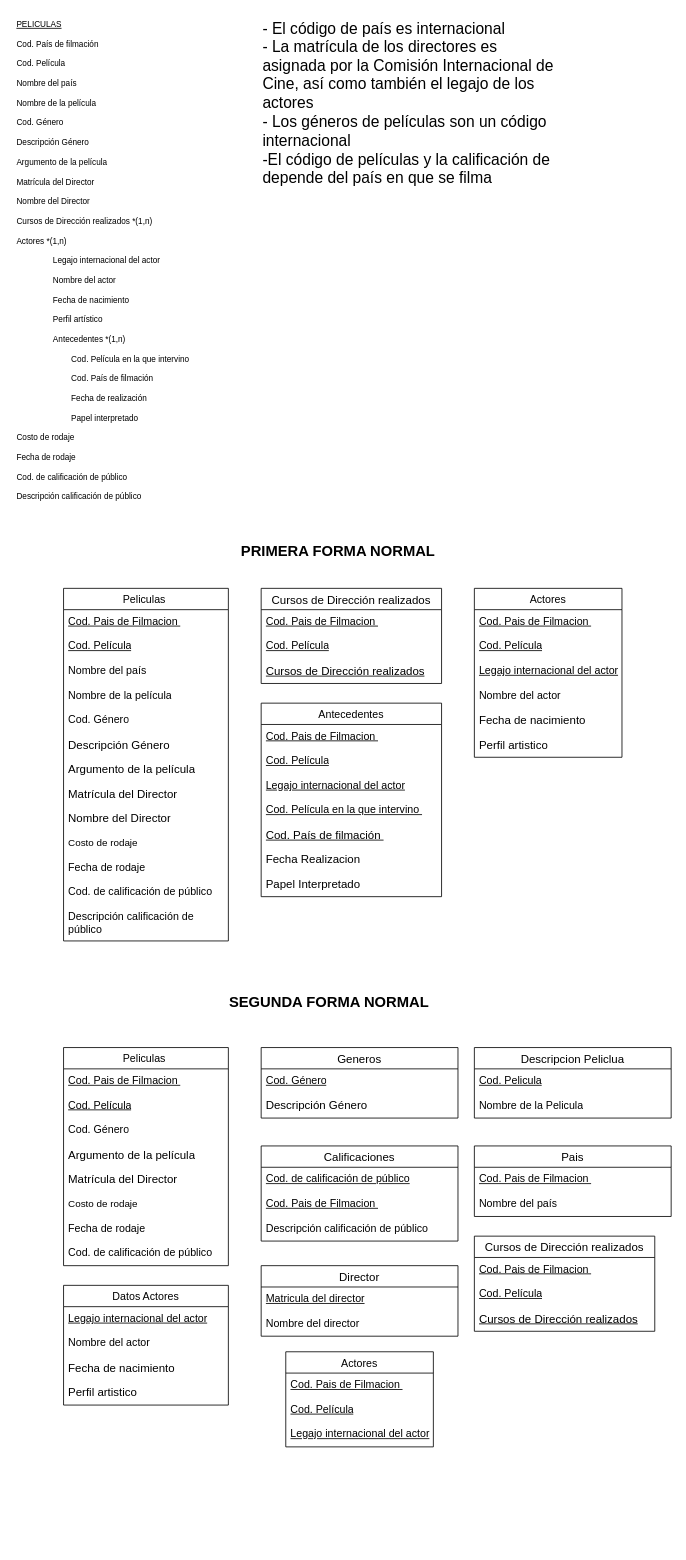
The draw.io diagram DiagrapaPeliculas.drawio in Jose-AA/TP-PELICULAS-BASE-DE-DATOS, before the edit. Source tidied: cells renumbered, new cells numbered last; positions are measured from the earlier drawing's top-left corner, leaving out a move shared by most shapes. Both pictures are drawn from the tidied source at 82%, with x=0, y=0 at pixel (15, 14).
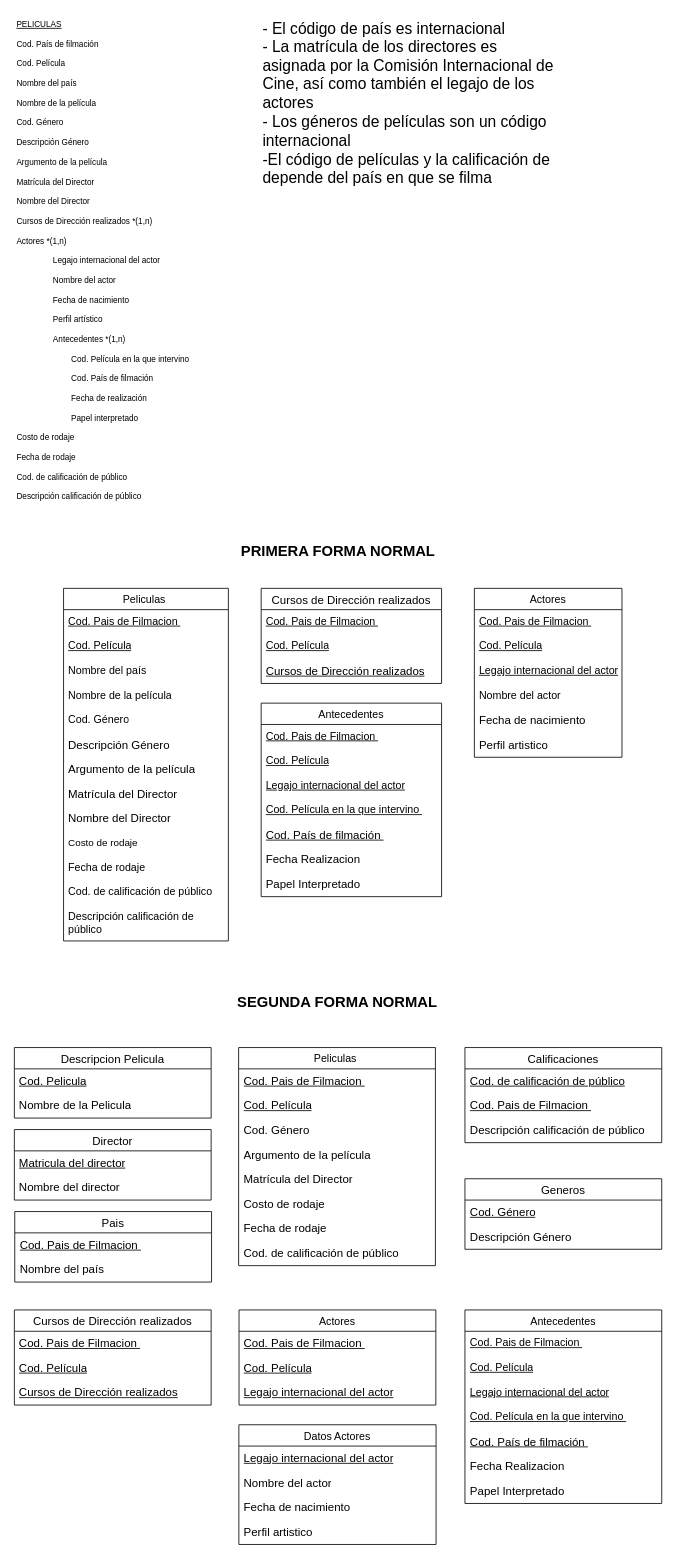
The same diagram, later.

The edit, as a diff of the source:
```diff
@@
     <mxCell id="38" value="&lt;b&gt;&lt;font style=&quot;font-size: 18px;&quot;&gt;SEGUNDA FORMA NORMAL&lt;/font&gt;&lt;/b&gt;" style="text;html=1;align=center;verticalAlign=middle;whiteSpace=wrap;rounded=0;" parent="1" vertex="1">
-      <mxGeometry x="243" y="1190" width="280" height="30" as="geometry" />
+      <mxGeometry x="252.5" y="1190" width="280" height="30" as="geometry" />
     </mxCell>
     <mxCell id="39" value="Peliculas " style="swimlane;fontStyle=0;horizontal=1;startSize=26;align=center;fontSize=13;" parent="1" vertex="1">
-      <mxGeometry x="59" y="1260" width="201" height="266" as="geometry" />
+      <mxGeometry x="272.5" y="1260" width="240" height="266" as="geometry" />
     </mxCell>
-    <mxCell id="40" value="&lt;div style=&quot;font-size: 13px;&quot;&gt;&lt;u&gt;Cod. Pais de Filmacion&amp;nbsp;&lt;/u&gt;&lt;/div&gt;" style="text;strokeColor=none;fillColor=none;spacingLeft=4;spacingRight=4;overflow=hidden;fontSize=13;whiteSpace=wrap;html=1;" parent="39" vertex="1">
-      <mxGeometry y="26" width="201" height="30" as="geometry" />
+    <mxCell id="40" value="&lt;div style=&quot;&quot;&gt;&lt;u style=&quot;&quot;&gt;&lt;font style=&quot;font-size: 14px;&quot;&gt;Cod. Pais de Filmacion&amp;nbsp;&lt;/font&gt;&lt;/u&gt;&lt;/div&gt;" style="text;strokeColor=none;fillColor=none;spacingLeft=4;spacingRight=4;overflow=hidden;fontSize=13;whiteSpace=wrap;html=1;" parent="39" vertex="1">
+      <mxGeometry y="26" width="240" height="30" as="geometry" />
     </mxCell>
-    <mxCell id="41" value="&lt;span style=&quot;font-size: 13px;&quot;&gt;&lt;u&gt;Cod. Película&lt;/u&gt;&lt;/span&gt;" style="text;strokeColor=none;fillColor=none;spacingLeft=4;spacingRight=4;overflow=hidden;fontSize=13;whiteSpace=wrap;html=1;" parent="39" vertex="1">
-      <mxGeometry y="56" width="201" height="30" as="geometry" />
+    <mxCell id="41" value="&lt;u style=&quot;&quot;&gt;&lt;font style=&quot;font-size: 14px;&quot;&gt;Cod. Película&lt;/font&gt;&lt;/u&gt;" style="text;strokeColor=none;fillColor=none;spacingLeft=4;spacingRight=4;overflow=hidden;fontSize=13;whiteSpace=wrap;html=1;" parent="39" vertex="1">
+      <mxGeometry y="56" width="240" height="30" as="geometry" />
     </mxCell>
-    <mxCell id="42" value="&lt;span style=&quot;font-size: 13px;&quot;&gt;Cod. Género&lt;/span&gt;" style="text;strokeColor=none;fillColor=none;spacingLeft=4;spacingRight=4;overflow=hidden;fontSize=13;whiteSpace=wrap;html=1;" parent="39" vertex="1">
-      <mxGeometry y="86" width="201" height="30" as="geometry" />
+    <mxCell id="42" value="&lt;font style=&quot;font-size: 14px;&quot;&gt;Cod. Género&lt;/font&gt;" style="text;strokeColor=none;fillColor=none;spacingLeft=4;spacingRight=4;overflow=hidden;fontSize=13;whiteSpace=wrap;html=1;" parent="39" vertex="1">
+      <mxGeometry y="86" width="240" height="30" as="geometry" />
     </mxCell>
     <mxCell id="43" value="&lt;span style=&quot;font-size: 14px;&quot;&gt;Argumento de la película&lt;/span&gt;" style="text;strokeColor=none;fillColor=none;spacingLeft=4;spacingRight=4;overflow=hidden;fontSize=14;whiteSpace=wrap;html=1;" parent="39" vertex="1">
-      <mxGeometry y="116" width="201" height="30" as="geometry" />
+      <mxGeometry y="116" width="240" height="30" as="geometry" />
     </mxCell>
     <mxCell id="44" value="&lt;font style=&quot;font-size: 14px;&quot;&gt;Matrícula del Director&lt;/font&gt;" style="text;strokeColor=none;fillColor=none;spacingLeft=4;spacingRight=4;overflow=hidden;fontSize=13;whiteSpace=wrap;html=1;" parent="39" vertex="1">
-      <mxGeometry y="146" width="201" height="30" as="geometry" />
+      <mxGeometry y="146" width="240" height="30" as="geometry" />
     </mxCell>
-    <mxCell id="45" value="Costo de rodaje" style="text;strokeColor=none;fillColor=none;align=left;verticalAlign=middle;spacingLeft=4;spacingRight=4;overflow=hidden;whiteSpace=wrap;html=1;" parent="39" vertex="1">
-      <mxGeometry y="176" width="201" height="30" as="geometry" />
+    <mxCell id="45" value="&lt;font style=&quot;font-size: 14px;&quot;&gt;Costo de rodaje&lt;/font&gt;" style="text;strokeColor=none;fillColor=none;align=left;verticalAlign=middle;spacingLeft=4;spacingRight=4;overflow=hidden;whiteSpace=wrap;html=1;" parent="39" vertex="1">
+      <mxGeometry y="176" width="240" height="30" as="geometry" />
     </mxCell>
-    <mxCell id="46" value="Fecha de rodaje" style="text;strokeColor=none;fillColor=none;spacingLeft=4;spacingRight=4;overflow=hidden;fontSize=13;whiteSpace=wrap;html=1;" parent="39" vertex="1">
-      <mxGeometry y="206" width="201" height="30" as="geometry" />
+    <mxCell id="46" value="&lt;font style=&quot;font-size: 14px;&quot;&gt;Fecha de rodaje&lt;/font&gt;" style="text;strokeColor=none;fillColor=none;spacingLeft=4;spacingRight=4;overflow=hidden;fontSize=13;whiteSpace=wrap;html=1;" parent="39" vertex="1">
+      <mxGeometry y="206" width="240" height="30" as="geometry" />
     </mxCell>
-    <mxCell id="47" value="Cod. de calificación de público" style="text;strokeColor=none;fillColor=none;spacingLeft=4;spacingRight=4;overflow=hidden;fontSize=13;whiteSpace=wrap;html=1;" parent="39" vertex="1">
-      <mxGeometry y="236" width="201" height="30" as="geometry" />
+    <mxCell id="47" value="&lt;font style=&quot;font-size: 14px;&quot;&gt;Cod. de calificación de público&lt;/font&gt;" style="text;strokeColor=none;fillColor=none;spacingLeft=4;spacingRight=4;overflow=hidden;fontSize=13;whiteSpace=wrap;html=1;" parent="39" vertex="1">
+      <mxGeometry y="236" width="240" height="30" as="geometry" />
     </mxCell>
     <mxCell id="48" value="Generos" style="swimlane;fontStyle=0;horizontal=1;startSize=26;align=center;fontSize=14;" parent="1" vertex="1">
-      <mxGeometry x="300" y="1260" width="240" height="86" as="geometry" />
+      <mxGeometry x="548.5" y="1420" width="240" height="86" as="geometry" />
     </mxCell>
-    <mxCell id="49" value="&lt;span style=&quot;font-size: 13px;&quot;&gt;&lt;u&gt;Cod. Género&lt;/u&gt;&lt;/span&gt;" style="text;strokeColor=none;fillColor=none;spacingLeft=4;spacingRight=4;overflow=hidden;fontSize=12;whiteSpace=wrap;html=1;" parent="48" vertex="1">
+    <mxCell id="49" value="&lt;u style=&quot;&quot;&gt;&lt;font style=&quot;font-size: 14px;&quot;&gt;Cod. Género&lt;/font&gt;&lt;/u&gt;" style="text;strokeColor=none;fillColor=none;spacingLeft=4;spacingRight=4;overflow=hidden;fontSize=12;whiteSpace=wrap;html=1;" parent="48" vertex="1">
       <mxGeometry y="26" width="240" height="30" as="geometry" />
     </mxCell>
@@
     <mxCell id="51" value="Calificaciones" style="swimlane;fontStyle=0;horizontal=1;startSize=26;align=center;fontSize=14;" parent="1" vertex="1">
-      <mxGeometry x="300" y="1380" width="240" height="116" as="geometry" />
+      <mxGeometry x="548.5" y="1260" width="240" height="116" as="geometry" />
     </mxCell>
-    <mxCell id="52" value="&lt;span style=&quot;font-size: 13px;&quot;&gt;&lt;u&gt;Cod. de calificación de público&lt;/u&gt;&lt;/span&gt;" style="text;strokeColor=none;fillColor=none;spacingLeft=4;spacingRight=4;overflow=hidden;fontSize=12;whiteSpace=wrap;html=1;" parent="51" vertex="1">
+    <mxCell id="52" value="&lt;u style=&quot;&quot;&gt;&lt;font style=&quot;font-size: 14px;&quot;&gt;Cod. de calificación de público&lt;/font&gt;&lt;/u&gt;" style="text;strokeColor=none;fillColor=none;spacingLeft=4;spacingRight=4;overflow=hidden;fontSize=12;whiteSpace=wrap;html=1;" parent="51" vertex="1">
       <mxGeometry y="26" width="240" height="30" as="geometry" />
     </mxCell>
-    <mxCell id="53" value="&lt;div style=&quot;font-size: 13px;&quot;&gt;&lt;u&gt;Cod. Pais de Filmacion&amp;nbsp;&lt;/u&gt;&lt;/div&gt;" style="text;strokeColor=none;fillColor=none;spacingLeft=4;spacingRight=4;overflow=hidden;fontSize=13;whiteSpace=wrap;html=1;" parent="51" vertex="1">
+    <mxCell id="53" value="&lt;div style=&quot;&quot;&gt;&lt;u style=&quot;&quot;&gt;&lt;font style=&quot;font-size: 14px;&quot;&gt;Cod. Pais de Filmacion&amp;nbsp;&lt;/font&gt;&lt;/u&gt;&lt;/div&gt;" style="text;strokeColor=none;fillColor=none;spacingLeft=4;spacingRight=4;overflow=hidden;fontSize=13;whiteSpace=wrap;html=1;" parent="51" vertex="1">
       <mxGeometry y="56" width="240" height="30" as="geometry" />
     </mxCell>
-    <mxCell id="54" value="&lt;span style=&quot;font-size: 13px;&quot;&gt;Descripción calificación de público&lt;/span&gt;" style="text;strokeColor=none;fillColor=none;spacingLeft=4;spacingRight=4;overflow=hidden;fontSize=12;whiteSpace=wrap;html=1;" parent="51" vertex="1">
+    <mxCell id="54" value="&lt;font style=&quot;font-size: 14px;&quot;&gt;Descripción calificación de público&lt;/font&gt;" style="text;strokeColor=none;fillColor=none;spacingLeft=4;spacingRight=4;overflow=hidden;fontSize=12;whiteSpace=wrap;html=1;" parent="51" vertex="1">
       <mxGeometry y="86" width="240" height="30" as="geometry" />
     </mxCell>
     <mxCell id="55" value="Director" style="swimlane;fontStyle=0;horizontal=1;startSize=26;align=center;fontSize=14;" parent="1" vertex="1">
-      <mxGeometry x="300" y="1526" width="240" height="86" as="geometry" />
+      <mxGeometry x="-1" y="1360" width="240" height="86" as="geometry" />
     </mxCell>
-    <mxCell id="56" value="&lt;span style=&quot;font-size: 13px;&quot;&gt;&lt;u&gt;Matricula del director&lt;/u&gt;&lt;/span&gt;" style="text;strokeColor=none;fillColor=none;spacingLeft=4;spacingRight=4;overflow=hidden;fontSize=12;whiteSpace=wrap;html=1;" parent="55" vertex="1">
+    <mxCell id="56" value="&lt;u style=&quot;&quot;&gt;&lt;font style=&quot;font-size: 14px;&quot;&gt;Matricula del director&lt;/font&gt;&lt;/u&gt;" style="text;strokeColor=none;fillColor=none;spacingLeft=4;spacingRight=4;overflow=hidden;fontSize=12;whiteSpace=wrap;html=1;" parent="55" vertex="1">
       <mxGeometry y="26" width="240" height="30" as="geometry" />
     </mxCell>
-    <mxCell id="57" value="&lt;span style=&quot;font-size: 13px;&quot;&gt;Nombre del director&amp;nbsp;&lt;/span&gt;" style="text;strokeColor=none;fillColor=none;spacingLeft=4;spacingRight=4;overflow=hidden;fontSize=12;whiteSpace=wrap;html=1;" parent="55" vertex="1">
+    <mxCell id="57" value="&lt;font style=&quot;font-size: 14px;&quot;&gt;Nombre del director&amp;nbsp;&lt;/font&gt;" style="text;strokeColor=none;fillColor=none;spacingLeft=4;spacingRight=4;overflow=hidden;fontSize=12;whiteSpace=wrap;html=1;" parent="55" vertex="1">
       <mxGeometry y="56" width="240" height="30" as="geometry" />
     </mxCell>
-    <mxCell id="58" value="Descripcion Peliclua" style="swimlane;fontStyle=0;horizontal=1;startSize=26;align=center;fontSize=14;" parent="1" vertex="1">
-      <mxGeometry x="560" y="1260" width="240" height="86" as="geometry" />
+    <mxCell id="58" value="Descripcion Pelicula" style="swimlane;fontStyle=0;horizontal=1;startSize=26;align=center;fontSize=14;" parent="1" vertex="1">
+      <mxGeometry x="-1" y="1260" width="240" height="86" as="geometry" />
     </mxCell>
-    <mxCell id="59" value="&lt;span style=&quot;font-size: 13px;&quot;&gt;&lt;u&gt;Cod. Pelicula&lt;/u&gt;&lt;/span&gt;" style="text;strokeColor=none;fillColor=none;spacingLeft=4;spacingRight=4;overflow=hidden;fontSize=12;whiteSpace=wrap;html=1;" parent="58" vertex="1">
+    <mxCell id="59" value="&lt;u style=&quot;&quot;&gt;&lt;font style=&quot;font-size: 14px;&quot;&gt;Cod. Pelicula&lt;/font&gt;&lt;/u&gt;" style="text;strokeColor=none;fillColor=none;spacingLeft=4;spacingRight=4;overflow=hidden;fontSize=12;whiteSpace=wrap;html=1;" parent="58" vertex="1">
       <mxGeometry y="26" width="240" height="30" as="geometry" />
     </mxCell>
-    <mxCell id="60" value="&lt;span style=&quot;font-size: 13px;&quot;&gt;Nombre de la Pelicula&lt;/span&gt;" style="text;strokeColor=none;fillColor=none;spacingLeft=4;spacingRight=4;overflow=hidden;fontSize=12;whiteSpace=wrap;html=1;" parent="58" vertex="1">
+    <mxCell id="60" value="&lt;font style=&quot;font-size: 14px;&quot;&gt;Nombre de la Pelicula&lt;/font&gt;" style="text;strokeColor=none;fillColor=none;spacingLeft=4;spacingRight=4;overflow=hidden;fontSize=12;whiteSpace=wrap;html=1;" parent="58" vertex="1">
       <mxGeometry y="56" width="240" height="30" as="geometry" />
     </mxCell>
     <mxCell id="61" value="Datos Actores" style="swimlane;fontStyle=0;horizontal=1;startSize=26;align=center;fontSize=13;" parent="1" vertex="1">
-      <mxGeometry x="59" y="1550" width="201" height="146" as="geometry" />
+      <mxGeometry x="272.8" y="1720" width="240.5" height="146" as="geometry" />
     </mxCell>
-    <mxCell id="62" value="&lt;div style=&quot;font-size: 13px;&quot;&gt;&lt;u&gt;Legajo internacional del actor&lt;/u&gt;&lt;br&gt;&lt;/div&gt;" style="text;strokeColor=none;fillColor=none;spacingLeft=4;spacingRight=4;overflow=hidden;fontSize=13;whiteSpace=wrap;html=1;" parent="61" vertex="1">
-      <mxGeometry y="26" width="201" height="30" as="geometry" />
+    <mxCell id="62" value="&lt;div style=&quot;&quot;&gt;&lt;u style=&quot;&quot;&gt;&lt;font style=&quot;font-size: 14px;&quot;&gt;Legajo internacional del actor&lt;/font&gt;&lt;/u&gt;&lt;br&gt;&lt;/div&gt;" style="text;strokeColor=none;fillColor=none;spacingLeft=4;spacingRight=4;overflow=hidden;fontSize=13;whiteSpace=wrap;html=1;" parent="61" vertex="1">
+      <mxGeometry y="26" width="240.5" height="30" as="geometry" />
     </mxCell>
-    <mxCell id="63" value="&lt;span style=&quot;font-size: 13px;&quot;&gt;Nombre del actor&lt;/span&gt;" style="text;strokeColor=none;fillColor=none;spacingLeft=4;spacingRight=4;overflow=hidden;fontSize=13;whiteSpace=wrap;html=1;" parent="61" vertex="1">
-      <mxGeometry y="56" width="201" height="30" as="geometry" />
+    <mxCell id="63" value="&lt;font style=&quot;font-size: 14px;&quot;&gt;Nombre del actor&lt;/font&gt;" style="text;strokeColor=none;fillColor=none;spacingLeft=4;spacingRight=4;overflow=hidden;fontSize=13;whiteSpace=wrap;html=1;" parent="61" vertex="1">
+      <mxGeometry y="56" width="240.5" height="30" as="geometry" />
     </mxCell>
     <mxCell id="64" value="&lt;span style=&quot;font-size: 14px;&quot;&gt;Fecha de nacimiento&lt;/span&gt;" style="text;strokeColor=none;fillColor=none;spacingLeft=4;spacingRight=4;overflow=hidden;fontSize=13;whiteSpace=wrap;html=1;" parent="61" vertex="1">
-      <mxGeometry y="86" width="201" height="30" as="geometry" />
+      <mxGeometry y="86" width="240.5" height="30" as="geometry" />
     </mxCell>
     <mxCell id="65" value="&lt;span style=&quot;font-size: 14px;&quot;&gt;Perfil artistico&lt;/span&gt;" style="text;strokeColor=none;fillColor=none;spacingLeft=4;spacingRight=4;overflow=hidden;fontSize=13;whiteSpace=wrap;html=1;" parent="61" vertex="1">
-      <mxGeometry y="116" width="201" height="30" as="geometry" />
+      <mxGeometry y="116" width="240.5" height="30" as="geometry" />
     </mxCell>
     <mxCell id="66" value="Pais" style="swimlane;fontStyle=0;horizontal=1;startSize=26;align=center;fontSize=14;" parent="1" vertex="1">
-      <mxGeometry x="560" y="1380" width="240" height="86" as="geometry" />
+      <mxGeometry x="-0.5" y="1460" width="240" height="86" as="geometry" />
     </mxCell>
-    <mxCell id="67" value="&lt;u style=&quot;font-size: 13px;&quot;&gt;Cod. Pais de Filmacion&amp;nbsp;&lt;/u&gt;" style="text;strokeColor=none;fillColor=none;spacingLeft=4;spacingRight=4;overflow=hidden;fontSize=12;whiteSpace=wrap;html=1;" parent="66" vertex="1">
+    <mxCell id="67" value="&lt;u style=&quot;&quot;&gt;&lt;font style=&quot;font-size: 14px;&quot;&gt;Cod. Pais de Filmacion&amp;nbsp;&lt;/font&gt;&lt;/u&gt;" style="text;strokeColor=none;fillColor=none;spacingLeft=4;spacingRight=4;overflow=hidden;fontSize=12;whiteSpace=wrap;html=1;" parent="66" vertex="1">
       <mxGeometry y="26" width="240" height="30" as="geometry" />
     </mxCell>
-    <mxCell id="68" value="&lt;div style=&quot;font-size: 13px;&quot;&gt;Nombre del país&lt;br&gt;&lt;/div&gt;" style="text;strokeColor=none;fillColor=none;spacingLeft=4;spacingRight=4;overflow=hidden;fontSize=13;whiteSpace=wrap;html=1;" parent="66" vertex="1">
+    <mxCell id="68" value="&lt;div style=&quot;&quot;&gt;&lt;font style=&quot;font-size: 14px;&quot;&gt;Nombre del país&lt;/font&gt;&lt;br&gt;&lt;/div&gt;" style="text;strokeColor=none;fillColor=none;spacingLeft=4;spacingRight=4;overflow=hidden;fontSize=13;whiteSpace=wrap;html=1;" parent="66" vertex="1">
       <mxGeometry y="56" width="240" height="30" as="geometry" />
     </mxCell>
     <mxCell id="69" value="Cursos de Dirección realizados" style="swimlane;fontStyle=0;horizontal=1;startSize=26;align=center;fontSize=14;" parent="1" vertex="1">
-      <mxGeometry x="560" y="1490" width="220" height="116" as="geometry" />
+      <mxGeometry x="-1" y="1580" width="240" height="116" as="geometry" />
     </mxCell>
-    <mxCell id="70" value="&lt;u style=&quot;font-size: 13px;&quot;&gt;Cod. Pais de Filmacion&amp;nbsp;&lt;/u&gt;" style="text;strokeColor=none;fillColor=none;spacingLeft=4;spacingRight=4;overflow=hidden;fontSize=12;whiteSpace=wrap;html=1;" parent="69" vertex="1">
-      <mxGeometry y="26" width="220" height="30" as="geometry" />
+    <mxCell id="70" value="&lt;u style=&quot;&quot;&gt;&lt;font style=&quot;font-size: 14px;&quot;&gt;Cod. Pais de Filmacion&amp;nbsp;&lt;/font&gt;&lt;/u&gt;" style="text;strokeColor=none;fillColor=none;spacingLeft=4;spacingRight=4;overflow=hidden;fontSize=12;whiteSpace=wrap;html=1;" parent="69" vertex="1">
+      <mxGeometry y="26" width="240" height="30" as="geometry" />
     </mxCell>
-    <mxCell id="71" value="&lt;u style=&quot;font-size: 13px;&quot;&gt;Cod. Película&lt;/u&gt;" style="text;strokeColor=none;fillColor=none;spacingLeft=4;spacingRight=4;overflow=hidden;fontSize=12;whiteSpace=wrap;html=1;" parent="69" vertex="1">
-      <mxGeometry y="56" width="220" height="30" as="geometry" />
+    <mxCell id="71" value="&lt;u style=&quot;&quot;&gt;&lt;font style=&quot;font-size: 14px;&quot;&gt;Cod. Película&lt;/font&gt;&lt;/u&gt;" style="text;strokeColor=none;fillColor=none;spacingLeft=4;spacingRight=4;overflow=hidden;fontSize=12;whiteSpace=wrap;html=1;" parent="69" vertex="1">
+      <mxGeometry y="56" width="240" height="30" as="geometry" />
     </mxCell>
     <mxCell id="72" value="&lt;span style=&quot;font-size: 14px; text-align: center; text-wrap: nowrap;&quot;&gt;&lt;u&gt;Cursos de Dirección realizados&lt;/u&gt;&lt;/span&gt;" style="text;strokeColor=none;fillColor=none;spacingLeft=4;spacingRight=4;overflow=hidden;fontSize=12;whiteSpace=wrap;html=1;" parent="69" vertex="1">
-      <mxGeometry y="86" width="220" height="30" as="geometry" />
+      <mxGeometry y="86" width="240" height="30" as="geometry" />
     </mxCell>
     <mxCell id="73" value="Actores" style="swimlane;fontStyle=0;horizontal=1;startSize=26;align=center;fontSize=13;" parent="1" vertex="1">
-      <mxGeometry x="330" y="1631" width="180" height="116" as="geometry" />
+      <mxGeometry x="273" y="1580" width="240" height="116" as="geometry" />
     </mxCell>
-    <mxCell id="74" value="&lt;div style=&quot;font-size: 13px;&quot;&gt;&lt;u&gt;Cod. Pais de Filmacion&amp;nbsp;&lt;/u&gt;&lt;/div&gt;" style="text;strokeColor=none;fillColor=none;spacingLeft=4;spacingRight=4;overflow=hidden;fontSize=13;whiteSpace=wrap;html=1;" parent="73" vertex="1">
-      <mxGeometry y="26" width="180" height="30" as="geometry" />
+    <mxCell id="74" value="&lt;div style=&quot;&quot;&gt;&lt;u style=&quot;&quot;&gt;&lt;font style=&quot;font-size: 14px;&quot;&gt;Cod. Pais de Filmacion&amp;nbsp;&lt;/font&gt;&lt;/u&gt;&lt;/div&gt;" style="text;strokeColor=none;fillColor=none;spacingLeft=4;spacingRight=4;overflow=hidden;fontSize=13;whiteSpace=wrap;html=1;" parent="73" vertex="1">
+      <mxGeometry y="26" width="240" height="30" as="geometry" />
     </mxCell>
-    <mxCell id="75" value="&lt;span style=&quot;font-size: 13px;&quot;&gt;&lt;u&gt;Cod. Película&lt;/u&gt;&lt;/span&gt;" style="text;strokeColor=none;fillColor=none;spacingLeft=4;spacingRight=4;overflow=hidden;fontSize=13;whiteSpace=wrap;html=1;" parent="73" vertex="1">
-      <mxGeometry y="56" width="180" height="30" as="geometry" />
+    <mxCell id="75" value="&lt;u style=&quot;&quot;&gt;&lt;font style=&quot;font-size: 14px;&quot;&gt;Cod. Película&lt;/font&gt;&lt;/u&gt;" style="text;strokeColor=none;fillColor=none;spacingLeft=4;spacingRight=4;overflow=hidden;fontSize=13;whiteSpace=wrap;html=1;" parent="73" vertex="1">
+      <mxGeometry y="56" width="240" height="30" as="geometry" />
     </mxCell>
-    <mxCell id="76" value="&lt;span style=&quot;font-size: 13px;&quot;&gt;&lt;u&gt;Legajo internacional del actor&lt;/u&gt;&lt;/span&gt;" style="text;strokeColor=none;fillColor=none;spacingLeft=4;spacingRight=4;overflow=hidden;fontSize=13;whiteSpace=wrap;html=1;" parent="73" vertex="1">
-      <mxGeometry y="86" width="180" height="30" as="geometry" />
+    <mxCell id="76" value="&lt;u style=&quot;&quot;&gt;&lt;font style=&quot;font-size: 14px;&quot;&gt;Legajo internacional del actor&lt;/font&gt;&lt;/u&gt;" style="text;strokeColor=none;fillColor=none;spacingLeft=4;spacingRight=4;overflow=hidden;fontSize=13;whiteSpace=wrap;html=1;" parent="73" vertex="1">
+      <mxGeometry y="86" width="240" height="30" as="geometry" />
     </mxCell>
+    <mxCell id="77" value="Antecedentes" style="swimlane;fontStyle=0;horizontal=1;startSize=26;align=center;fontSize=13;" parent="1" vertex="1">
+      <mxGeometry x="548.5" y="1580" width="240" height="236" as="geometry" />
+    </mxCell>
+    <mxCell id="78" value="&lt;div style=&quot;font-size: 13px;&quot;&gt;&lt;u&gt;Cod. Pais de Filmacion&amp;nbsp;&lt;/u&gt;&lt;/div&gt;" style="text;strokeColor=none;fillColor=none;spacingLeft=4;spacingRight=4;overflow=hidden;fontSize=13;whiteSpace=wrap;html=1;" parent="77" vertex="1">
+      <mxGeometry y="26" width="240" height="30" as="geometry" />
+    </mxCell>
+    <mxCell id="79" value="&lt;span style=&quot;font-size: 13px;&quot;&gt;&lt;u&gt;Cod. Película&lt;/u&gt;&lt;/span&gt;" style="text;strokeColor=none;fillColor=none;spacingLeft=4;spacingRight=4;overflow=hidden;fontSize=13;whiteSpace=wrap;html=1;" parent="77" vertex="1">
+      <mxGeometry y="56" width="240" height="30" as="geometry" />
+    </mxCell>
+    <mxCell id="80" value="&lt;span style=&quot;font-size: 13px;&quot;&gt;&lt;u&gt;Legajo internacional del actor&lt;/u&gt;&lt;/span&gt;" style="text;strokeColor=none;fillColor=none;spacingLeft=4;spacingRight=4;overflow=hidden;fontSize=13;whiteSpace=wrap;html=1;" parent="77" vertex="1">
+      <mxGeometry y="86" width="240" height="30" as="geometry" />
+    </mxCell>
+    <mxCell id="81" value="&lt;u&gt;Cod. Película en la que intervino&amp;nbsp;&lt;/u&gt;" style="text;strokeColor=none;fillColor=none;spacingLeft=4;spacingRight=4;overflow=hidden;fontSize=13;whiteSpace=wrap;html=1;" parent="77" vertex="1">
+      <mxGeometry y="116" width="240" height="30" as="geometry" />
+    </mxCell>
+    <mxCell id="82" value="&lt;u&gt;Cod. País de filmación&amp;nbsp;&lt;/u&gt;" style="text;strokeColor=none;fillColor=none;spacingLeft=4;spacingRight=4;overflow=hidden;fontSize=14;whiteSpace=wrap;html=1;" parent="77" vertex="1">
+      <mxGeometry y="146" width="240" height="30" as="geometry" />
+    </mxCell>
+    <mxCell id="83" value="&lt;span style=&quot;font-size: 14px;&quot;&gt;Fecha Realizacion&lt;/span&gt;&lt;div&gt;&lt;span style=&quot;font-size: 14px;&quot;&gt;&lt;br&gt;&lt;/span&gt;&lt;/div&gt;" style="text;strokeColor=none;fillColor=none;spacingLeft=4;spacingRight=4;overflow=hidden;fontSize=14;whiteSpace=wrap;html=1;" parent="77" vertex="1">
+      <mxGeometry y="176" width="240" height="30" as="geometry" />
+    </mxCell>
+    <mxCell id="84" value="&lt;div&gt;&lt;span style=&quot;font-size: 14px;&quot;&gt;Papel Interpretado&lt;/span&gt;&lt;/div&gt;" style="text;strokeColor=none;fillColor=none;spacingLeft=4;spacingRight=4;overflow=hidden;fontSize=14;whiteSpace=wrap;html=1;" parent="77" vertex="1">
+      <mxGeometry y="206" width="240" height="30" as="geometry" />
+    </mxCell>
```
